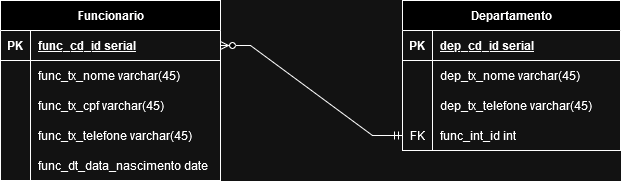
Above: ModeloLogico.drawio.png in FelipeSutter/BancoDeDados (draw.io), before the change. Source tidied: cells renumbered, new cells last; positions are measured from the earlier drawing's top-left corner, leaving out a move shared by most shapes. Source of this version:
```xml
<mxGraphModel>
  <root>
    <mxCell id="0" />
    <mxCell id="1" parent="0" />
    <mxCell id="2" value="Funcionario" style="shape=table;startSize=30;rowLines=0;fontStyle=1;align=center;html=1;" parent="1" vertex="1">
      <mxGeometry width="220" height="180" as="geometry" />
    </mxCell>
    <mxCell id="3" style="shape=tableRow;horizontal=0;startSize=0;swimlaneHead=0;swimlaneBody=0;fillColor=none;points=[[0,0.5],[1,0.5]];portConstraint=eastwest;top=0;left=0;right=0;bottom=1;" parent="2" vertex="1">
      <mxGeometry y="30" width="220" height="30" as="geometry" />
    </mxCell>
    <mxCell id="4" value="PK" style="shape=partialRectangle;fillColor=none;top=0;left=0;bottom=0;right=0;fontStyle=1;overflow=hidden;whiteSpace=wrap;html=1;" parent="3" vertex="1">
      <mxGeometry width="30" height="30" as="geometry" />
    </mxCell>
    <mxCell id="5" value="func_cd_id serial" style="shape=partialRectangle;fillColor=none;top=0;left=0;bottom=0;right=0;align=left;spacingLeft=6;fontStyle=5;overflow=hidden;whiteSpace=wrap;html=1;" parent="3" vertex="1">
      <mxGeometry x="30" width="190" height="30" as="geometry" />
    </mxCell>
    <mxCell id="6" style="shape=tableRow;horizontal=0;startSize=0;swimlaneHead=0;swimlaneBody=0;fillColor=none;top=0;left=0;right=0;bottom=0;" parent="2" vertex="1">
      <mxGeometry y="60" width="220" height="30" as="geometry" />
    </mxCell>
    <mxCell id="7" style="shape=partialRectangle;fillColor=none;top=0;left=0;bottom=0;right=0;overflow=hidden;whiteSpace=wrap;html=1;" parent="6" vertex="1">
      <mxGeometry width="30" height="30" as="geometry" />
    </mxCell>
    <mxCell id="8" value="func_tx_nome varchar(45)" style="shape=partialRectangle;fillColor=none;top=0;left=0;bottom=0;right=0;align=left;spacingLeft=6;overflow=hidden;whiteSpace=wrap;html=1;" parent="6" vertex="1">
      <mxGeometry x="30" width="190" height="30" as="geometry" />
    </mxCell>
    <mxCell id="9" style="shape=tableRow;horizontal=0;startSize=0;swimlaneHead=0;swimlaneBody=0;fillColor=none;top=0;left=0;right=0;bottom=0;" parent="2" vertex="1">
      <mxGeometry y="90" width="220" height="30" as="geometry" />
    </mxCell>
    <mxCell id="10" style="shape=partialRectangle;fillColor=none;top=0;left=0;bottom=0;right=0;overflow=hidden;whiteSpace=wrap;html=1;" parent="9" vertex="1">
      <mxGeometry width="30" height="30" as="geometry" />
    </mxCell>
    <mxCell id="11" value="func_tx_cpf varchar(45)" style="shape=partialRectangle;fillColor=none;top=0;left=0;bottom=0;right=0;align=left;spacingLeft=6;overflow=hidden;whiteSpace=wrap;html=1;" parent="9" vertex="1">
      <mxGeometry x="30" width="190" height="30" as="geometry" />
    </mxCell>
    <mxCell id="12" style="shape=tableRow;horizontal=0;startSize=0;swimlaneHead=0;swimlaneBody=0;fillColor=none;top=0;left=0;right=0;bottom=0;" parent="2" vertex="1">
      <mxGeometry y="120" width="220" height="30" as="geometry" />
    </mxCell>
    <mxCell id="13" style="shape=partialRectangle;fillColor=none;top=0;left=0;bottom=0;right=0;overflow=hidden;whiteSpace=wrap;html=1;" parent="12" vertex="1">
      <mxGeometry width="30" height="30" as="geometry" />
    </mxCell>
    <mxCell id="14" value="func_tx_telefone varchar(45)" style="shape=partialRectangle;fillColor=none;top=0;left=0;bottom=0;right=0;align=left;spacingLeft=6;overflow=hidden;whiteSpace=wrap;html=1;" parent="12" vertex="1">
      <mxGeometry x="30" width="190" height="30" as="geometry" />
    </mxCell>
    <mxCell id="15" style="shape=tableRow;horizontal=0;startSize=0;swimlaneHead=0;swimlaneBody=0;fillColor=none;top=0;left=0;right=0;bottom=0;" parent="2" vertex="1">
      <mxGeometry y="150" width="220" height="30" as="geometry" />
    </mxCell>
    <mxCell id="16" style="shape=partialRectangle;fillColor=none;top=0;left=0;bottom=0;right=0;overflow=hidden;" parent="15" vertex="1">
      <mxGeometry width="30" height="30" as="geometry" />
    </mxCell>
    <mxCell id="17" value="func_dt_data_nascimento date" style="shape=partialRectangle;fillColor=none;top=0;left=0;bottom=0;right=0;align=left;spacingLeft=6;overflow=hidden;" parent="15" vertex="1">
      <mxGeometry x="30" width="190" height="30" as="geometry" />
    </mxCell>
    <mxCell id="18" value="Departamento" style="shape=table;startSize=30;rowLines=0;fontStyle=1;align=center;html=1;" parent="1" vertex="1">
      <mxGeometry x="402" width="218" height="150" as="geometry" />
    </mxCell>
    <mxCell id="19" style="shape=tableRow;horizontal=0;startSize=0;swimlaneHead=0;swimlaneBody=0;fillColor=none;top=0;left=0;right=0;bottom=1;" parent="18" vertex="1">
      <mxGeometry y="30" width="218" height="30" as="geometry" />
    </mxCell>
    <mxCell id="20" value="PK" style="shape=partialRectangle;fillColor=none;top=0;left=0;bottom=0;right=0;fontStyle=1;overflow=hidden;whiteSpace=wrap;html=1;" parent="19" vertex="1">
      <mxGeometry width="30" height="30" as="geometry" />
    </mxCell>
    <mxCell id="21" value="dep_cd_id serial" style="shape=partialRectangle;fillColor=none;top=0;left=0;bottom=0;right=0;align=left;spacingLeft=6;fontStyle=5;overflow=hidden;whiteSpace=wrap;html=1;" parent="19" vertex="1">
      <mxGeometry x="30" width="188" height="30" as="geometry" />
    </mxCell>
    <mxCell id="22" style="shape=tableRow;horizontal=0;startSize=0;swimlaneHead=0;swimlaneBody=0;fillColor=none;top=0;left=0;right=0;bottom=0;" parent="18" vertex="1">
      <mxGeometry y="60" width="218" height="30" as="geometry" />
    </mxCell>
    <mxCell id="23" style="shape=partialRectangle;fillColor=none;top=0;left=0;bottom=0;right=0;overflow=hidden;whiteSpace=wrap;html=1;" parent="22" vertex="1">
      <mxGeometry width="30" height="30" as="geometry" />
    </mxCell>
    <mxCell id="24" value="dep_tx_nome varchar(45)" style="shape=partialRectangle;fillColor=none;top=0;left=0;bottom=0;right=0;align=left;spacingLeft=6;overflow=hidden;whiteSpace=wrap;html=1;" parent="22" vertex="1">
      <mxGeometry x="30" width="188" height="30" as="geometry" />
    </mxCell>
    <mxCell id="25" style="shape=tableRow;horizontal=0;startSize=0;swimlaneHead=0;swimlaneBody=0;fillColor=none;top=0;left=0;right=0;bottom=0;" parent="18" vertex="1">
      <mxGeometry y="90" width="218" height="30" as="geometry" />
    </mxCell>
    <mxCell id="26" style="shape=partialRectangle;fillColor=none;top=0;left=0;bottom=0;right=0;overflow=hidden;whiteSpace=wrap;html=1;" parent="25" vertex="1">
      <mxGeometry width="30" height="30" as="geometry" />
    </mxCell>
    <mxCell id="27" value="dep_tx_telefone varchar(45)" style="shape=partialRectangle;fillColor=none;top=0;left=0;bottom=0;right=0;align=left;spacingLeft=6;overflow=hidden;whiteSpace=wrap;html=1;" parent="25" vertex="1">
      <mxGeometry x="30" width="188" height="30" as="geometry" />
    </mxCell>
    <mxCell id="28" style="shape=tableRow;horizontal=0;startSize=0;swimlaneHead=0;swimlaneBody=0;fillColor=none;points=[[0,0.5],[1,0.5]];portConstraint=eastwest;top=0;left=0;right=0;bottom=0;" parent="18" vertex="1">
      <mxGeometry y="120" width="218" height="30" as="geometry" />
    </mxCell>
    <mxCell id="29" value="FK" style="shape=partialRectangle;fillColor=none;top=0;left=0;bottom=0;right=0;overflow=hidden;whiteSpace=wrap;html=1;" parent="28" vertex="1">
      <mxGeometry width="30" height="30" as="geometry" />
    </mxCell>
    <mxCell id="30" value="func_int_id int" style="shape=partialRectangle;fillColor=none;top=0;left=0;bottom=0;right=0;align=left;spacingLeft=6;overflow=hidden;whiteSpace=wrap;html=1;" parent="28" vertex="1">
      <mxGeometry x="30" width="188" height="30" as="geometry" />
    </mxCell>
    <mxCell id="31" style="edgeStyle=entityRelationEdgeStyle;fontSize=12;html=1;endArrow=ERzeroToMany;startArrow=ERmandOne;rounded=0;" parent="1" edge="1" source="28" target="3">
      <mxGeometry relative="1" as="geometry" />
    </mxCell>
  </root>
</mxGraphModel>
```
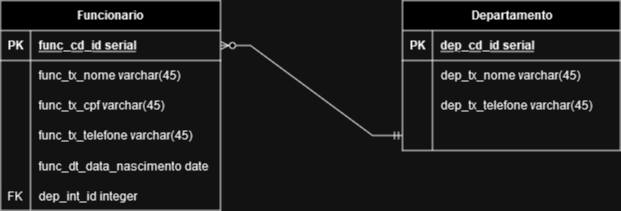
The same diagram one commit later.

Commit message:
Correção do modelo lógico.

What changed in the source:
```diff
@@ -3,7 +3,7 @@
     <mxCell id="0" />
     <mxCell id="1" parent="0" />
     <mxCell id="2" value="Funcionario" style="shape=table;startSize=30;rowLines=0;fontStyle=1;align=center;html=1;" parent="1" vertex="1">
-      <mxGeometry width="220" height="180" as="geometry" />
+      <mxGeometry width="220" height="210" as="geometry" />
     </mxCell>
     <mxCell id="3" style="shape=tableRow;horizontal=0;startSize=0;swimlaneHead=0;swimlaneBody=0;fillColor=none;points=[[0,0.5],[1,0.5]];portConstraint=eastwest;top=0;left=0;right=0;bottom=1;" parent="2" vertex="1">
       <mxGeometry y="30" width="220" height="30" as="geometry" />
@@ -50,6 +50,15 @@
     <mxCell id="17" value="func_dt_data_nascimento date" style="shape=partialRectangle;fillColor=none;top=0;left=0;bottom=0;right=0;align=left;spacingLeft=6;overflow=hidden;" parent="15" vertex="1">
       <mxGeometry x="30" width="190" height="30" as="geometry" />
     </mxCell>
+    <mxCell id="32" style="shape=tableRow;horizontal=0;startSize=0;swimlaneHead=0;swimlaneBody=0;fillColor=none;top=0;left=0;right=0;bottom=0;" parent="2" vertex="1">
+      <mxGeometry y="180" width="220" height="30" as="geometry" />
+    </mxCell>
+    <mxCell id="33" value="FK" style="shape=partialRectangle;fillColor=none;top=0;left=0;bottom=0;right=0;overflow=hidden;" parent="32" vertex="1">
+      <mxGeometry width="30" height="30" as="geometry" />
+    </mxCell>
+    <mxCell id="34" value="dep_int_id integer" style="shape=partialRectangle;fillColor=none;top=0;left=0;bottom=0;right=0;align=left;spacingLeft=6;overflow=hidden;" parent="32" vertex="1">
+      <mxGeometry x="30" width="190" height="30" as="geometry" />
+    </mxCell>
     <mxCell id="18" value="Departamento" style="shape=table;startSize=30;rowLines=0;fontStyle=1;align=center;html=1;" parent="1" vertex="1">
       <mxGeometry x="402" width="218" height="150" as="geometry" />
     </mxCell>
@@ -83,10 +92,10 @@
     <mxCell id="28" style="shape=tableRow;horizontal=0;startSize=0;swimlaneHead=0;swimlaneBody=0;fillColor=none;points=[[0,0.5],[1,0.5]];portConstraint=eastwest;top=0;left=0;right=0;bottom=0;" parent="18" vertex="1">
       <mxGeometry y="120" width="218" height="30" as="geometry" />
     </mxCell>
-    <mxCell id="29" value="FK" style="shape=partialRectangle;fillColor=none;top=0;left=0;bottom=0;right=0;overflow=hidden;whiteSpace=wrap;html=1;" parent="28" vertex="1">
+    <mxCell id="29" style="shape=partialRectangle;fillColor=none;top=0;left=0;bottom=0;right=0;overflow=hidden;whiteSpace=wrap;html=1;" parent="28" vertex="1">
       <mxGeometry width="30" height="30" as="geometry" />
     </mxCell>
-    <mxCell id="30" value="func_int_id int" style="shape=partialRectangle;fillColor=none;top=0;left=0;bottom=0;right=0;align=left;spacingLeft=6;overflow=hidden;whiteSpace=wrap;html=1;" parent="28" vertex="1">
+    <mxCell id="30" style="shape=partialRectangle;fillColor=none;top=0;left=0;bottom=0;right=0;align=left;spacingLeft=6;overflow=hidden;whiteSpace=wrap;html=1;" parent="28" vertex="1">
       <mxGeometry x="30" width="188" height="30" as="geometry" />
     </mxCell>
     <mxCell id="31" style="edgeStyle=entityRelationEdgeStyle;fontSize=12;html=1;endArrow=ERzeroToMany;startArrow=ERmandOne;rounded=0;" parent="1" edge="1" source="28" target="3">
```
